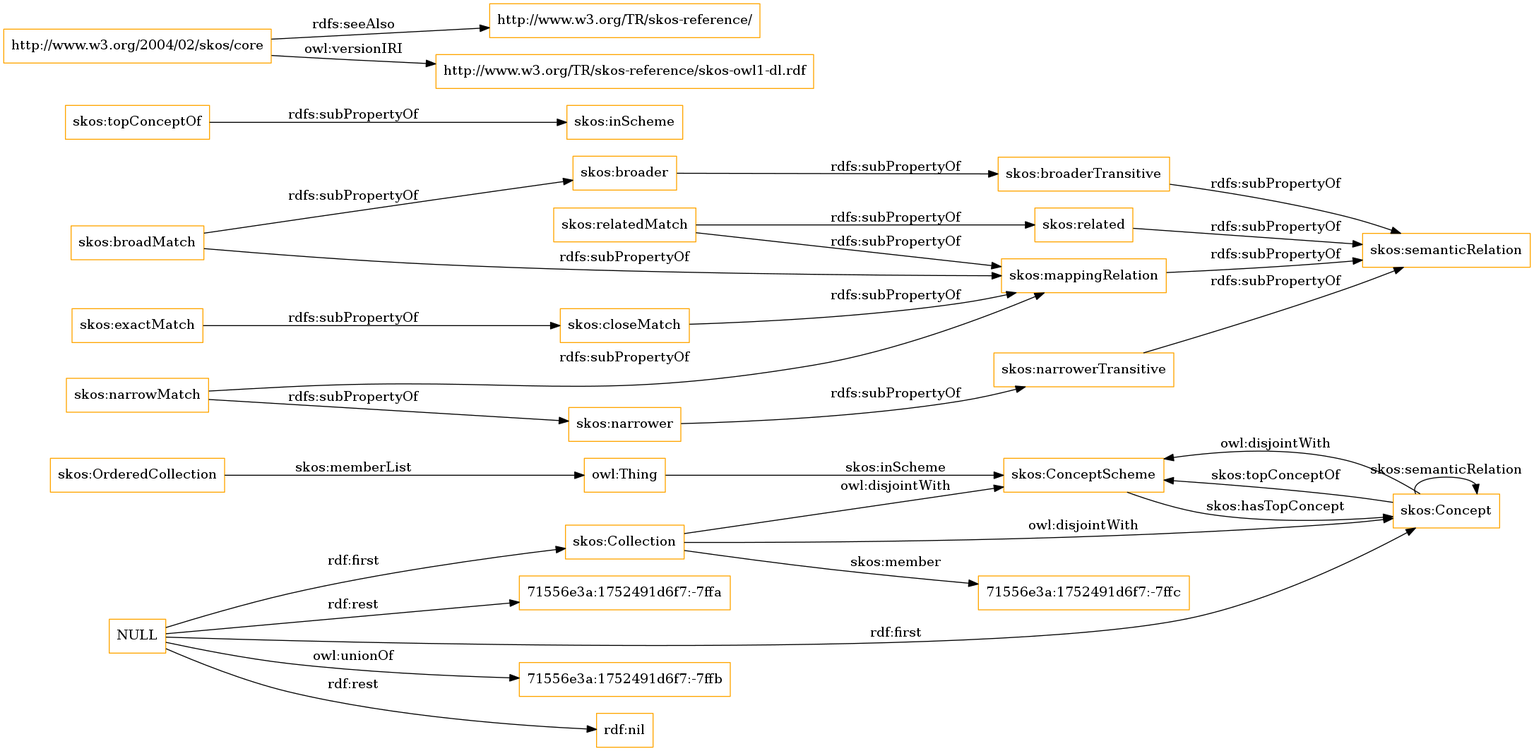
Above: OnToology/imports/skos.owl/diagrams/ar2dtool-class/skos.owl.png in OnToologyUser/core-ontology-1 (Graphviz), before the change. Its source is kept beside it as OnToology/imports/skos.owl/diagrams/ar2dtool-class/skos.owl.png.dot.
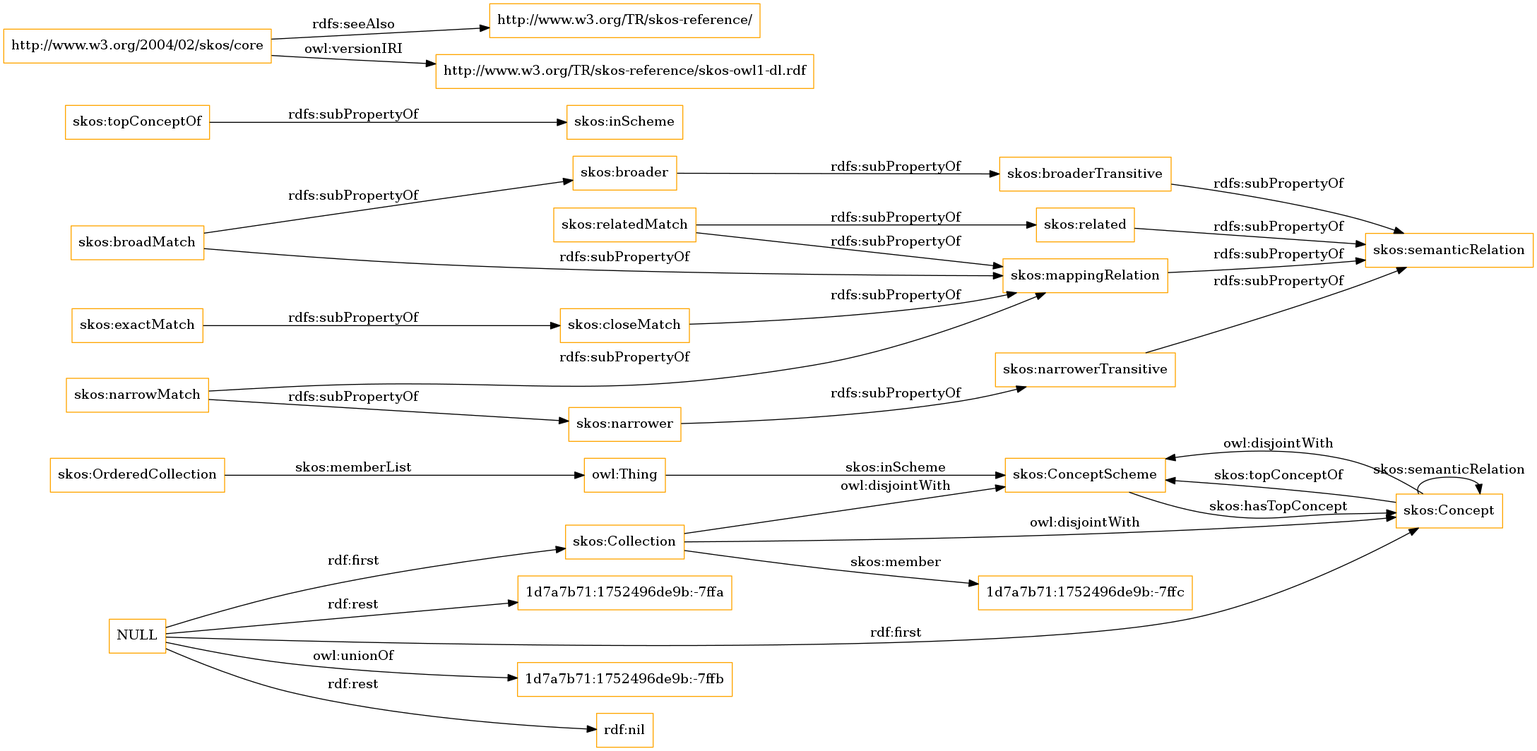
After the change.

Change to the diagram source:
```diff
@@ -1,12 +1,12 @@
 digraph ar2dtool_diagram {
 rankdir=LR;
 size="1501"
-node [shape = rectangle, color="orange"]; "skos:OrderedCollection" "skos:ConceptScheme" "skos:Concept" "skos:Collection" "71556e3a:1752491d6f7:-7ffc" ; /*classes style*/
+node [shape = rectangle, color="orange"]; "skos:OrderedCollection" "skos:ConceptScheme" "skos:Concept" "skos:Collection" "1d7a7b71:1752496de9b:-7ffc" ; /*classes style*/
 	"skos:narrowerTransitive" -> "skos:semanticRelation" [ label = "rdfs:subPropertyOf" ];
-	"NULL" -> "71556e3a:1752491d6f7:-7ffb" [ label = "owl:unionOf" ];
+	"NULL" -> "1d7a7b71:1752496de9b:-7ffb" [ label = "owl:unionOf" ];
 	"NULL" -> "rdf:nil" [ label = "rdf:rest" ];
 	"NULL" -> "skos:Concept" [ label = "rdf:first" ];
-	"NULL" -> "71556e3a:1752491d6f7:-7ffa" [ label = "rdf:rest" ];
+	"NULL" -> "1d7a7b71:1752496de9b:-7ffa" [ label = "rdf:rest" ];
 	"NULL" -> "skos:Collection" [ label = "rdf:first" ];
 	"skos:closeMatch" -> "skos:mappingRelation" [ label = "rdfs:subPropertyOf" ];
 	"skos:Concept" -> "skos:ConceptScheme" [ label = "owl:disjointWith" ];
@@ -30,7 +30,7 @@
 	"skos:OrderedCollection" -> "owl:Thing" [ label = "skos:memberList" ];
 	"skos:Concept" -> "skos:ConceptScheme" [ label = "skos:topConceptOf" ];
 	"skos:Concept" -> "skos:Concept" [ label = "skos:semanticRelation" ];
-	"skos:Collection" -> "71556e3a:1752491d6f7:-7ffc" [ label = "skos:member" ];
+	"skos:Collection" -> "1d7a7b71:1752496de9b:-7ffc" [ label = "skos:member" ];
 	"skos:ConceptScheme" -> "skos:Concept" [ label = "skos:hasTopConcept" ];
 	"owl:Thing" -> "skos:ConceptScheme" [ label = "skos:inScheme" ];
 
```
